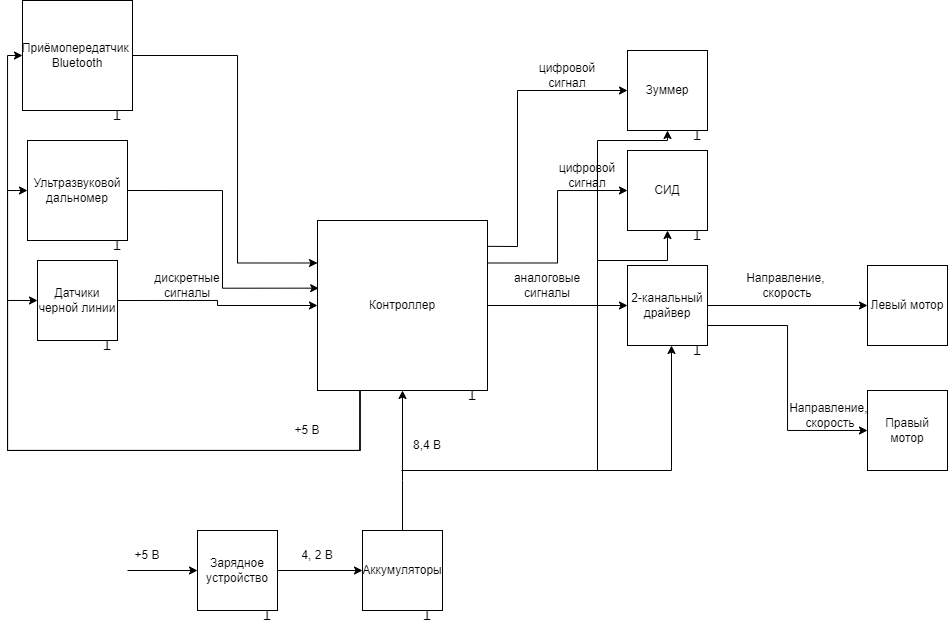
Above: AcariTech struct.drawio.png in ksinph/PSTU_LABS_2023 (draw.io), before the change. Source tidied: cells renumbered, new cells last; positions are measured from the earlier drawing's top-left corner, leaving out a move shared by most shapes.
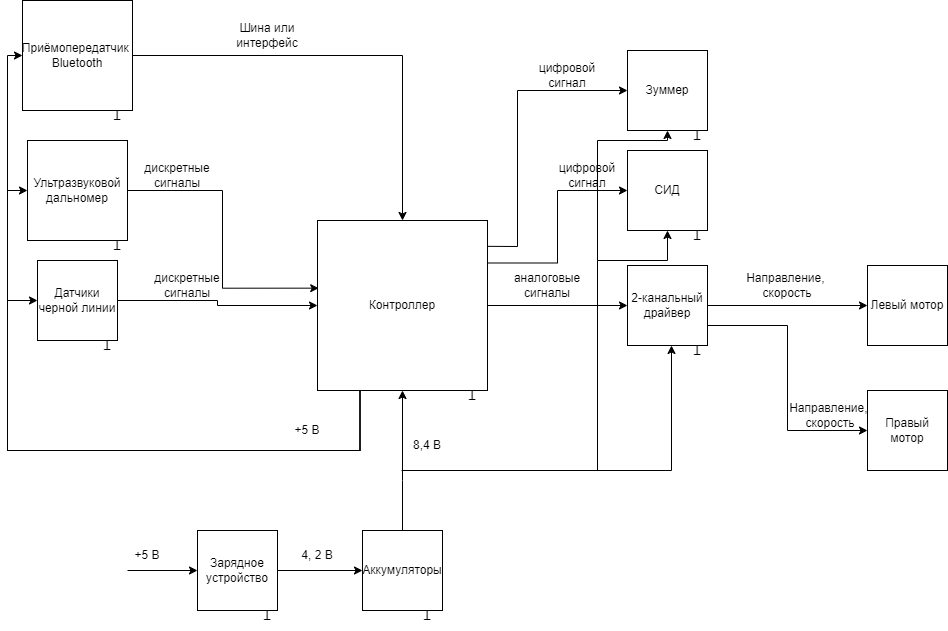
Later version of the same file.

Change to the diagram source:
```diff
@@ -175,13 +175,8 @@
     <mxCell id="44" value="T" style="text;html=1;align=center;verticalAlign=middle;whiteSpace=wrap;rounded=0;rotation=-180;" parent="1" vertex="1">
       <mxGeometry x="660" y="220" width="60" height="30" as="geometry" />
     </mxCell>
-    <mxCell id="45" style="edgeStyle=orthogonalEdgeStyle;rounded=0;jettySize=auto;html=1;exitX=1;exitY=0.5;exitDx=0;exitDy=0;entryX=0;entryY=0.25;entryDx=0;entryDy=0;" parent="1" edge="1" source="46" target="7">
-      <mxGeometry relative="1" as="geometry">
-        <Array as="points">
-          <mxPoint x="230" y="55" />
-          <mxPoint x="230" y="262" />
-        </Array>
-      </mxGeometry>
+    <mxCell id="45" style="edgeStyle=orthogonalEdgeStyle;rounded=0;jettySize=auto;html=1;exitX=1;exitY=0.5;exitDx=0;exitDy=0;entryX=0.5;entryY=0;entryDx=0;entryDy=0;" parent="1" edge="1" source="46" target="7">
+      <mxGeometry relative="1" as="geometry" />
     </mxCell>
     <mxCell id="46" value="Приёмопередатчик&amp;nbsp;&lt;div&gt;Bluetooth&lt;/div&gt;" style="whiteSpace=wrap;html=1;" parent="1" vertex="1">
       <mxGeometry x="15" width="110" height="110" as="geometry" />
@@ -199,5 +194,11 @@
         </Array>
       </mxGeometry>
     </mxCell>
+    <mxCell id="49" value="дискретные сигналы" style="text;html=1;align=center;verticalAlign=middle;whiteSpace=wrap;rounded=0;" parent="1" vertex="1">
+      <mxGeometry x="140" y="160" width="60" height="30" as="geometry" />
+    </mxCell>
+    <mxCell id="50" value="Шина или интерфейс" style="text;html=1;align=center;verticalAlign=middle;whiteSpace=wrap;rounded=0;" parent="1" vertex="1">
+      <mxGeometry x="230" y="20" width="60" height="30" as="geometry" />
+    </mxCell>
   </root>
 </mxGraphModel>
```
